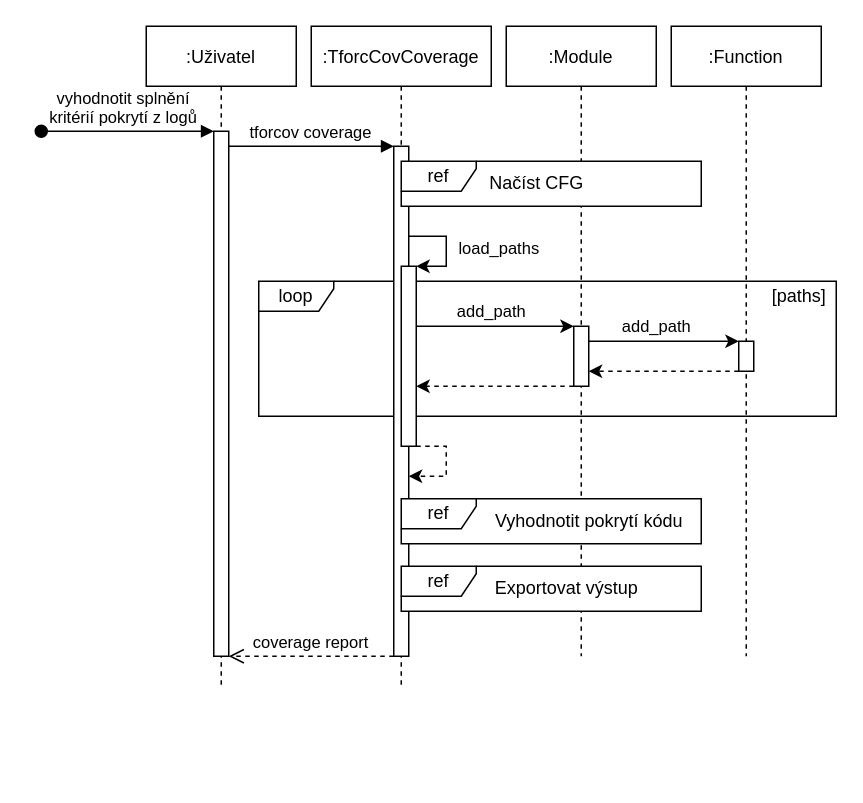
petkapou/DIP_diagrams keeps this draw.io diagram as coverage_loadpaths_sequence_diagram.drawio. Above is the earlier version. Source tidied: cells renumbered, new cells numbered last; positions are measured from the earlier drawing's top-left corner, leaving out a move shared by most shapes. Both pictures are drawn from the tidied source at 150%, with x=0, y=0 at pixel (40, 26).
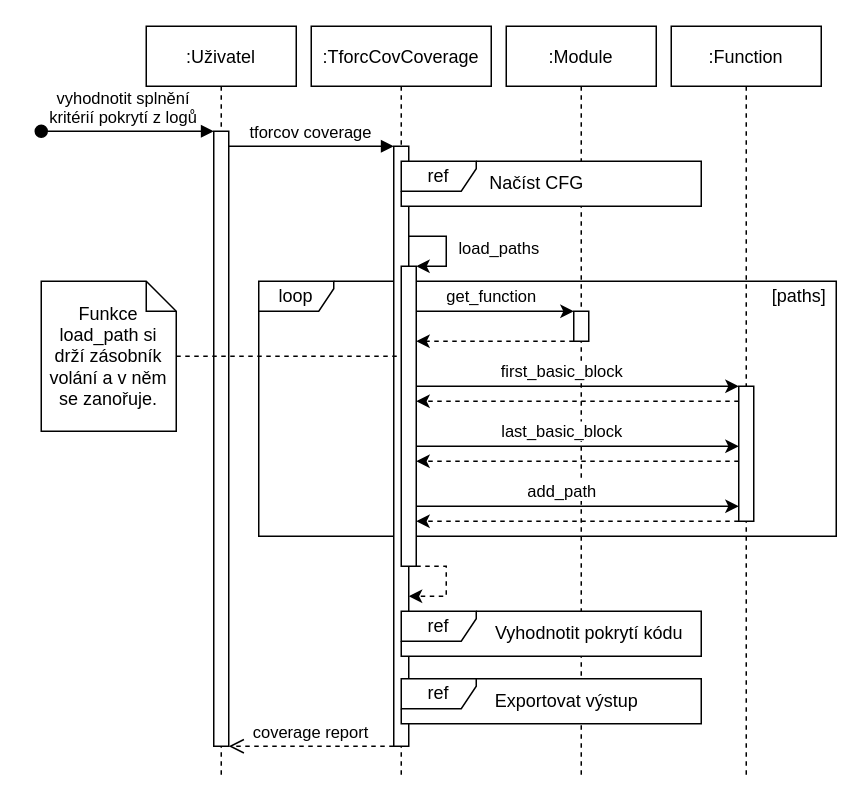
The same page after the edit.

The edit, as a diff of the source:
```diff
@@
     <mxCell id="2" value="loop" style="shape=umlFrame;whiteSpace=wrap;html=1;width=50;height=20;" parent="1" vertex="1">
-      <mxGeometry x="145" y="170" width="385" height="90" as="geometry" />
+      <mxGeometry x="145" y="170" width="385" height="170" as="geometry" />
     </mxCell>
     <mxCell id="3" value=":Uživatel" style="shape=umlLifeline;perimeter=lifelinePerimeter;rounded=0;shadow=0;strokeWidth=1;" parent="1" vertex="1">
-      <mxGeometry x="70" width="100" height="440" as="geometry" />
+      <mxGeometry x="70" width="100" height="500" as="geometry" />
     </mxCell>
     <mxCell id="4" style="points=[];perimeter=orthogonalPerimeter;rounded=0;shadow=0;strokeWidth=1;" parent="3" vertex="1">
-      <mxGeometry x="45" y="70" width="10" height="350" as="geometry" />
+      <mxGeometry x="45" y="70" width="10" height="410" as="geometry" />
     </mxCell>
@@
     <mxCell id="6" value=":TforcCovCoverage" style="shape=umlLifeline;perimeter=lifelinePerimeter;rounded=0;shadow=0;strokeWidth=1;" parent="1" vertex="1">
-      <mxGeometry x="180" width="120" height="440" as="geometry" />
+      <mxGeometry x="180" width="120" height="500" as="geometry" />
     </mxCell>
     <mxCell id="7" style="points=[];perimeter=orthogonalPerimeter;rounded=0;shadow=0;strokeWidth=1;" parent="6" vertex="1">
-      <mxGeometry x="55" y="80" width="10" height="340" as="geometry" />
+      <mxGeometry x="55" y="80" width="10" height="400" as="geometry" />
     </mxCell>
@@
     <mxCell id="9" style="points=[];perimeter=orthogonalPerimeter;rounded=0;shadow=0;strokeWidth=1;" parent="6" vertex="1">
-      <mxGeometry x="60" y="160" width="10" height="120" as="geometry" />
+      <mxGeometry x="60" y="160" width="10" height="200" as="geometry" />
     </mxCell>
     <mxCell id="10" style="edgeStyle=orthogonalEdgeStyle;rounded=0;jettySize=auto;html=1;dashed=1;" parent="6" edge="1" source="9" target="7">
       <mxGeometry x="-0.08" y="30" relative="1" as="geometry">
         <Array as="points">
-          <mxPoint x="90" y="280" />
-          <mxPoint x="90" y="300" />
+          <mxPoint x="90" y="360" />
+          <mxPoint x="90" y="380" />
         </Array>
       </mxGeometry>
     </mxCell>
@@
     <mxCell id="12" value="coverage report" style="verticalAlign=bottom;endArrow=open;dashed=1;endSize=8;shadow=0;strokeWidth=1;" parent="1" edge="1" source="7" target="4">
       <mxGeometry relative="1" as="geometry">
         <Array as="points">
-          <mxPoint x="190" y="420" />
+          <mxPoint x="190" y="480" />
         </Array>
       </mxGeometry>
     </mxCell>
     <mxCell id="13" value=":Module" style="shape=umlLifeline;perimeter=lifelinePerimeter;rounded=0;shadow=0;strokeWidth=1;" parent="1" vertex="1">
-      <mxGeometry x="310" width="100" height="420" as="geometry" />
+      <mxGeometry x="310" width="100" height="500" as="geometry" />
     </mxCell>
     <mxCell id="14" style="points=[];perimeter=orthogonalPerimeter;rounded=0;shadow=0;strokeWidth=1;" parent="13" vertex="1">
-      <mxGeometry x="45" y="200" width="10" height="40" as="geometry" />
+      <mxGeometry x="45" y="190" width="10" height="20" as="geometry" />
     </mxCell>
-    <mxCell id="15" value="add_path" style="edgeStyle=orthogonalEdgeStyle;rounded=0;jettySize=auto;html=1;" parent="1" edge="1" source="9" target="14">
+    <mxCell id="15" value="get_function" style="edgeStyle=orthogonalEdgeStyle;rounded=0;jettySize=auto;html=1;" parent="1" edge="1" source="9" target="14">
       <mxGeometry x="-0.05" y="10" relative="1" as="geometry">
         <Array as="points">
-          <mxPoint x="300" y="200" />
-          <mxPoint x="300" y="200" />
+          <mxPoint x="310" y="190" />
+          <mxPoint x="310" y="190" />
         </Array>
       </mxGeometry>
     </mxCell>
     <mxCell id="16" value=":Function" style="shape=umlLifeline;perimeter=lifelinePerimeter;rounded=0;shadow=0;strokeWidth=1;" parent="1" vertex="1">
-      <mxGeometry x="420" width="100" height="420" as="geometry" />
+      <mxGeometry x="420" width="100" height="500" as="geometry" />
     </mxCell>
     <mxCell id="17" style="points=[];perimeter=orthogonalPerimeter;rounded=0;shadow=0;strokeWidth=1;" parent="16" vertex="1">
-      <mxGeometry x="45" y="210" width="10" height="20" as="geometry" />
+      <mxGeometry x="45" y="240" width="10" height="90" as="geometry" />
     </mxCell>
-    <mxCell id="18" value="add_path" style="edgeStyle=orthogonalEdgeStyle;rounded=0;jettySize=auto;html=1;" parent="1" edge="1" source="14" target="17">
+    <mxCell id="18" value="first_basic_block" style="edgeStyle=orthogonalEdgeStyle;rounded=0;jettySize=auto;html=1;" parent="1" edge="1" source="9" target="17">
       <mxGeometry x="-0.1" y="10" relative="1" as="geometry">
         <Array as="points">
-          <mxPoint x="390" y="210" />
-          <mxPoint x="390" y="210" />
+          <mxPoint x="360" y="240" />
+          <mxPoint x="360" y="240" />
         </Array>
       </mxGeometry>
     </mxCell>
     <mxCell id="19" style="edgeStyle=orthogonalEdgeStyle;rounded=0;jettySize=auto;html=1;dashed=1;" parent="1" edge="1" source="14" target="9">
       <mxGeometry x="0.05" y="-10" relative="1" as="geometry">
         <Array as="points">
-          <mxPoint x="300" y="240" />
-          <mxPoint x="300" y="240" />
+          <mxPoint x="330" y="210" />
+          <mxPoint x="330" y="210" />
         </Array>
       </mxGeometry>
     </mxCell>
-    <mxCell id="20" style="edgeStyle=orthogonalEdgeStyle;rounded=0;jettySize=auto;html=1;dashed=1;" parent="1" edge="1" source="17" target="14">
+    <mxCell id="20" style="edgeStyle=orthogonalEdgeStyle;rounded=0;jettySize=auto;html=1;dashed=1;" parent="1" edge="1" source="17" target="9">
       <mxGeometry x="0.1" y="-10" relative="1" as="geometry">
         <Array as="points">
-          <mxPoint x="440" y="230" />
-          <mxPoint x="440" y="230" />
+          <mxPoint x="360" y="330" />
+          <mxPoint x="360" y="330" />
         </Array>
       </mxGeometry>
     </mxCell>
@@
     <mxCell id="22" value="ref" style="shape=umlFrame;whiteSpace=wrap;html=1;width=50;height=20;swimlaneFillColor=default;" parent="1" vertex="1">
-      <mxGeometry x="240" y="315" width="200" height="30" as="geometry" />
+      <mxGeometry x="240" y="390" width="200" height="30" as="geometry" />
     </mxCell>
@@
     <mxCell id="24" value="Vyhodnotit pokrytí kódu" style="text;html=1;align=center;verticalAlign=middle;fillColor=none;strokeColor=none;rounded=0;" parent="1" vertex="1">
-      <mxGeometry x="295" y="320" width="140" height="20" as="geometry" />
+      <mxGeometry x="295" y="395" width="140" height="20" as="geometry" />
     </mxCell>
@@
     <mxCell id="26" value="ref" style="shape=umlFrame;whiteSpace=wrap;html=1;width=50;height=20;swimlaneFillColor=default;" parent="1" vertex="1">
-      <mxGeometry x="240" y="360" width="200" height="30" as="geometry" />
+      <mxGeometry x="240" y="435" width="200" height="30" as="geometry" />
     </mxCell>
     <mxCell id="27" value="Exportovat výstup" style="text;html=1;align=center;verticalAlign=middle;fillColor=none;strokeColor=none;rounded=0;" parent="1" vertex="1">
-      <mxGeometry x="295" y="365" width="110" height="20" as="geometry" />
+      <mxGeometry x="295" y="440" width="110" height="20" as="geometry" />
     </mxCell>
+    <mxCell id="28" style="edgeStyle=orthogonalEdgeStyle;rounded=0;jettySize=auto;html=1;dashed=1;" parent="1" edge="1" source="17" target="9">
+      <mxGeometry x="0.1" y="-10" relative="1" as="geometry">
+        <Array as="points">
+          <mxPoint x="360" y="290" />
+          <mxPoint x="360" y="290" />
+        </Array>
+      </mxGeometry>
+    </mxCell>
+    <mxCell id="29" value="last_basic_block" style="edgeStyle=orthogonalEdgeStyle;rounded=0;jettySize=auto;html=1;" parent="1" edge="1" source="9" target="17">
+      <mxGeometry x="-0.1" y="10" relative="1" as="geometry">
+        <Array as="points">
+          <mxPoint x="360" y="280" />
+          <mxPoint x="360" y="280" />
+        </Array>
+      </mxGeometry>
+    </mxCell>
+    <mxCell id="30" value="add_path" style="edgeStyle=orthogonalEdgeStyle;rounded=0;jettySize=auto;html=1;" parent="1" edge="1" source="9" target="17">
+      <mxGeometry x="-0.1" y="10" relative="1" as="geometry">
+        <Array as="points">
+          <mxPoint x="360" y="320" />
+          <mxPoint x="360" y="320" />
+        </Array>
+      </mxGeometry>
+    </mxCell>
+    <mxCell id="31" style="edgeStyle=orthogonalEdgeStyle;rounded=0;jettySize=auto;html=1;dashed=1;" parent="1" edge="1" source="17" target="9">
+      <mxGeometry x="0.1" y="-10" relative="1" as="geometry">
+        <Array as="points">
+          <mxPoint x="360" y="250" />
+          <mxPoint x="360" y="250" />
+        </Array>
+      </mxGeometry>
+    </mxCell>
+    <mxCell id="32" value="Funkce load_path si drží zásobník volání a v něm se zanořuje." style="shape=note;size=20;whiteSpace=wrap;html=1;" parent="1" vertex="1">
+      <mxGeometry y="170" width="90" height="100" as="geometry" />
+    </mxCell>
+    <mxCell id="33" style="endArrow=none;dashed=1;html=1;rounded=0;" parent="1" edge="1" source="32" target="9">
+      <mxGeometry relative="1" as="geometry" />
+    </mxCell>
```
